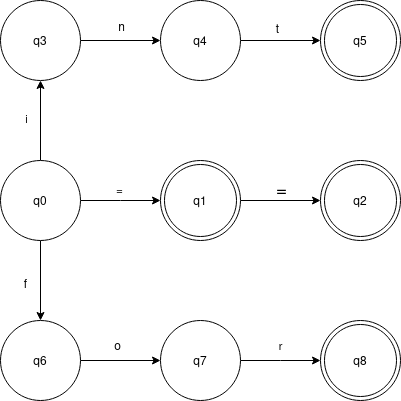
The draw.io diagram resources/book/DFA Example.png in EthanChartoff/Quest, before a commit. Source tidied: cells renumbered, new cells last; positions are measured from the earlier drawing's top-left corner, leaving out a move shared by most shapes. Source of this version:
```xml
<mxGraphModel>
  <root>
    <mxCell id="0" />
    <mxCell id="1" parent="0" />
    <mxCell id="2" style="edgeStyle=orthogonalEdgeStyle;rounded=0;jettySize=auto;html=1;" parent="1" edge="1" source="7">
      <mxGeometry relative="1" as="geometry">
        <mxPoint x="160" y="200" as="targetPoint" />
      </mxGeometry>
    </mxCell>
    <mxCell id="3" value="=" style="edgeLabel;html=1;align=center;verticalAlign=middle;" parent="2" vertex="1">
      <mxGeometry x="0.08" y="-1" relative="1" as="geometry">
        <mxPoint x="-4" y="-13" as="offset" />
      </mxGeometry>
    </mxCell>
    <mxCell id="4" style="edgeStyle=orthogonalEdgeStyle;rounded=0;jettySize=auto;html=1;" parent="1" edge="1" source="7" target="9">
      <mxGeometry relative="1" as="geometry" />
    </mxCell>
    <mxCell id="5" style="edgeStyle=orthogonalEdgeStyle;rounded=0;jettySize=auto;html=1;" parent="1" edge="1" source="7" target="11">
      <mxGeometry relative="1" as="geometry" />
    </mxCell>
    <mxCell id="6" value="i" style="edgeLabel;html=1;align=center;verticalAlign=middle;" parent="5" vertex="1">
      <mxGeometry x="0.15" y="1" relative="1" as="geometry">
        <mxPoint x="-14" y="3" as="offset" />
      </mxGeometry>
    </mxCell>
    <mxCell id="7" value="q0" style="ellipse;whiteSpace=wrap;html=1;" parent="1" vertex="1">
      <mxGeometry y="160" width="80" height="80" as="geometry" />
    </mxCell>
    <mxCell id="8" style="edgeStyle=orthogonalEdgeStyle;rounded=0;jettySize=auto;html=1;" parent="1" edge="1" source="9" target="24">
      <mxGeometry relative="1" as="geometry" />
    </mxCell>
    <mxCell id="9" value="q6" style="ellipse;whiteSpace=wrap;html=1;" parent="1" vertex="1">
      <mxGeometry y="320" width="80" height="80" as="geometry" />
    </mxCell>
    <mxCell id="10" style="edgeStyle=orthogonalEdgeStyle;rounded=0;jettySize=auto;html=1;" parent="1" edge="1" source="11" target="17">
      <mxGeometry relative="1" as="geometry" />
    </mxCell>
    <mxCell id="11" value="q3" style="ellipse;whiteSpace=wrap;html=1;" parent="1" vertex="1">
      <mxGeometry width="80" height="80" as="geometry" />
    </mxCell>
    <mxCell id="12" style="edgeStyle=orthogonalEdgeStyle;rounded=0;jettySize=auto;html=1;" parent="1" edge="1" source="14" target="15">
      <mxGeometry relative="1" as="geometry" />
    </mxCell>
    <mxCell id="13" value="=" style="edgeLabel;html=1;align=center;verticalAlign=middle;fontSize=18;" parent="12" vertex="1">
      <mxGeometry y="3" relative="1" as="geometry">
        <mxPoint y="-10" as="offset" />
      </mxGeometry>
    </mxCell>
    <mxCell id="14" value="q1" style="ellipse;shape=doubleEllipse;whiteSpace=wrap;html=1;" parent="1" vertex="1">
      <mxGeometry x="160" y="160" width="80" height="80" as="geometry" />
    </mxCell>
    <mxCell id="15" value="q2" style="ellipse;shape=doubleEllipse;whiteSpace=wrap;html=1;" parent="1" vertex="1">
      <mxGeometry x="320" y="160" width="80" height="80" as="geometry" />
    </mxCell>
    <mxCell id="16" style="edgeStyle=orthogonalEdgeStyle;rounded=0;jettySize=auto;html=1;" parent="1" edge="1" source="17" target="18">
      <mxGeometry relative="1" as="geometry" />
    </mxCell>
    <mxCell id="17" value="q4" style="ellipse;whiteSpace=wrap;html=1;" parent="1" vertex="1">
      <mxGeometry x="160" width="80" height="80" as="geometry" />
    </mxCell>
    <mxCell id="18" value="q5" style="ellipse;shape=doubleEllipse;whiteSpace=wrap;html=1;" parent="1" vertex="1">
      <mxGeometry x="320" width="80" height="80" as="geometry" />
    </mxCell>
    <mxCell id="19" value="n" style="text;html=1;align=center;verticalAlign=middle;strokeColor=none;fillColor=none;" parent="1" vertex="1">
      <mxGeometry x="106" y="11" width="30" height="30" as="geometry" />
    </mxCell>
    <mxCell id="20" value="t" style="text;html=1;align=center;verticalAlign=middle;strokeColor=none;fillColor=none;" parent="1" vertex="1">
      <mxGeometry x="262" y="13" width="30" height="30" as="geometry" />
    </mxCell>
    <mxCell id="21" value="f" style="text;html=1;align=center;verticalAlign=middle;strokeColor=none;fillColor=none;" parent="1" vertex="1">
      <mxGeometry x="10" y="268" width="30" height="30" as="geometry" />
    </mxCell>
    <mxCell id="22" style="edgeStyle=orthogonalEdgeStyle;rounded=0;jettySize=auto;html=1;" parent="1" edge="1" source="24">
      <mxGeometry relative="1" as="geometry">
        <mxPoint x="320" y="360" as="targetPoint" />
      </mxGeometry>
    </mxCell>
    <mxCell id="23" value="r" style="edgeLabel;html=1;align=center;verticalAlign=middle;" parent="22" vertex="1">
      <mxGeometry x="-0.12" y="6" relative="1" as="geometry">
        <mxPoint x="4" y="-10" as="offset" />
      </mxGeometry>
    </mxCell>
    <mxCell id="24" value="q7" style="ellipse;whiteSpace=wrap;html=1;" parent="1" vertex="1">
      <mxGeometry x="160" y="320" width="80" height="80" as="geometry" />
    </mxCell>
    <mxCell id="25" value="o" style="text;html=1;align=center;verticalAlign=middle;strokeColor=none;fillColor=none;" parent="1" vertex="1">
      <mxGeometry x="102" y="330" width="30" height="30" as="geometry" />
    </mxCell>
    <mxCell id="26" value="q8" style="ellipse;shape=doubleEllipse;whiteSpace=wrap;html=1;" parent="1" vertex="1">
      <mxGeometry x="320" y="320" width="80" height="80" as="geometry" />
    </mxCell>
  </root>
</mxGraphModel>
```
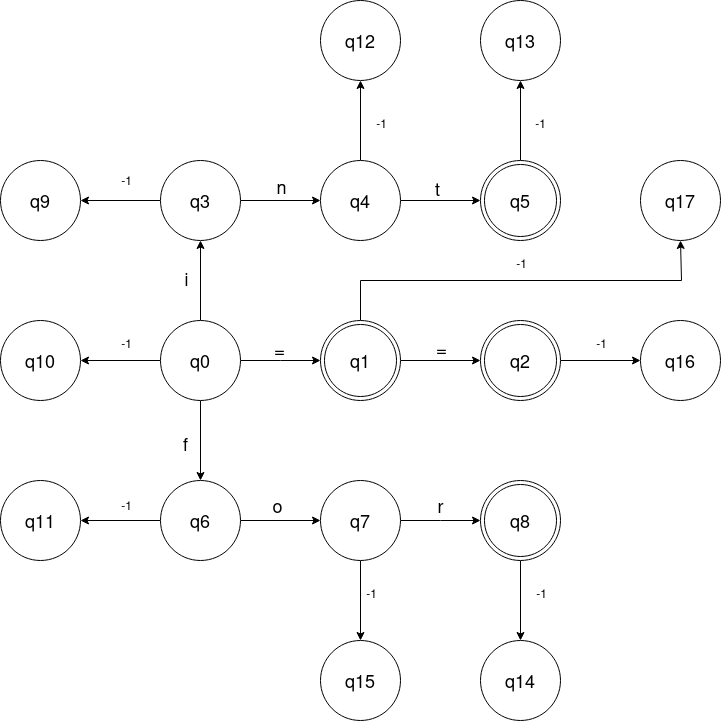
After the change.

The edit, as a diff of the source:
```diff
@@ -2,43 +2,52 @@
   <root>
     <mxCell id="0" />
     <mxCell id="1" parent="0" />
-    <mxCell id="2" style="edgeStyle=orthogonalEdgeStyle;rounded=0;jettySize=auto;html=1;" parent="1" edge="1" source="7">
+    <mxCell id="2" style="edgeStyle=orthogonalEdgeStyle;rounded=0;jettySize=auto;html=1;fontSize=18;" parent="1" edge="1" source="7">
       <mxGeometry relative="1" as="geometry">
         <mxPoint x="160" y="200" as="targetPoint" />
       </mxGeometry>
     </mxCell>
-    <mxCell id="3" value="=" style="edgeLabel;html=1;align=center;verticalAlign=middle;" parent="2" vertex="1">
+    <mxCell id="3" value="=" style="edgeLabel;html=1;align=center;verticalAlign=middle;fontSize=18;" parent="2" vertex="1">
       <mxGeometry x="0.08" y="-1" relative="1" as="geometry">
         <mxPoint x="-4" y="-13" as="offset" />
       </mxGeometry>
     </mxCell>
-    <mxCell id="4" style="edgeStyle=orthogonalEdgeStyle;rounded=0;jettySize=auto;html=1;" parent="1" edge="1" source="7" target="9">
+    <mxCell id="4" style="edgeStyle=orthogonalEdgeStyle;rounded=0;jettySize=auto;html=1;fontSize=18;" parent="1" edge="1" source="7" target="9">
       <mxGeometry relative="1" as="geometry" />
     </mxCell>
-    <mxCell id="5" style="edgeStyle=orthogonalEdgeStyle;rounded=0;jettySize=auto;html=1;" parent="1" edge="1" source="7" target="11">
+    <mxCell id="5" style="edgeStyle=orthogonalEdgeStyle;rounded=0;jettySize=auto;html=1;fontSize=18;" parent="1" edge="1" source="7" target="11">
       <mxGeometry relative="1" as="geometry" />
     </mxCell>
-    <mxCell id="6" value="i" style="edgeLabel;html=1;align=center;verticalAlign=middle;" parent="5" vertex="1">
+    <mxCell id="6" value="i" style="edgeLabel;html=1;align=center;verticalAlign=middle;fontSize=18;" parent="5" vertex="1">
       <mxGeometry x="0.15" y="1" relative="1" as="geometry">
         <mxPoint x="-14" y="3" as="offset" />
       </mxGeometry>
     </mxCell>
+    <mxCell id="27" style="edgeStyle=orthogonalEdgeStyle;rounded=0;jettySize=auto;html=1;" parent="1" edge="1" source="7" target="38">
+      <mxGeometry relative="1" as="geometry" />
+    </mxCell>
-    <mxCell id="7" value="q0" style="ellipse;whiteSpace=wrap;html=1;" parent="1" vertex="1">
+    <mxCell id="7" value="q0" style="ellipse;whiteSpace=wrap;html=1;fontSize=18;" parent="1" vertex="1">
       <mxGeometry y="160" width="80" height="80" as="geometry" />
     </mxCell>
-    <mxCell id="8" style="edgeStyle=orthogonalEdgeStyle;rounded=0;jettySize=auto;html=1;" parent="1" edge="1" source="9" target="24">
+    <mxCell id="8" style="edgeStyle=orthogonalEdgeStyle;rounded=0;jettySize=auto;html=1;fontSize=18;" parent="1" edge="1" source="9" target="24">
       <mxGeometry relative="1" as="geometry" />
     </mxCell>
+    <mxCell id="28" style="edgeStyle=orthogonalEdgeStyle;rounded=0;jettySize=auto;html=1;" parent="1" edge="1" source="9" target="40">
+      <mxGeometry relative="1" as="geometry" />
+    </mxCell>
-    <mxCell id="9" value="q6" style="ellipse;whiteSpace=wrap;html=1;" parent="1" vertex="1">
+    <mxCell id="9" value="q6" style="ellipse;whiteSpace=wrap;html=1;fontSize=18;" parent="1" vertex="1">
       <mxGeometry y="320" width="80" height="80" as="geometry" />
     </mxCell>
-    <mxCell id="10" style="edgeStyle=orthogonalEdgeStyle;rounded=0;jettySize=auto;html=1;" parent="1" edge="1" source="11" target="17">
+    <mxCell id="10" style="edgeStyle=orthogonalEdgeStyle;rounded=0;jettySize=auto;html=1;fontSize=18;" parent="1" edge="1" source="11" target="17">
       <mxGeometry relative="1" as="geometry" />
     </mxCell>
+    <mxCell id="29" style="edgeStyle=orthogonalEdgeStyle;rounded=0;jettySize=auto;html=1;" parent="1" edge="1" source="11" target="36">
+      <mxGeometry relative="1" as="geometry" />
+    </mxCell>
-    <mxCell id="11" value="q3" style="ellipse;whiteSpace=wrap;html=1;" parent="1" vertex="1">
+    <mxCell id="11" value="q3" style="ellipse;whiteSpace=wrap;html=1;fontSize=18;" parent="1" vertex="1">
       <mxGeometry width="80" height="80" as="geometry" />
     </mxCell>
-    <mxCell id="12" style="edgeStyle=orthogonalEdgeStyle;rounded=0;jettySize=auto;html=1;" parent="1" edge="1" source="14" target="15">
+    <mxCell id="12" style="edgeStyle=orthogonalEdgeStyle;rounded=0;jettySize=auto;html=1;fontSize=18;" parent="1" edge="1" source="14" target="15">
       <mxGeometry relative="1" as="geometry" />
     </mxCell>
     <mxCell id="13" value="=" style="edgeLabel;html=1;align=center;verticalAlign=middle;fontSize=18;" parent="12" vertex="1">
@@ -46,48 +55,126 @@
         <mxPoint y="-10" as="offset" />
       </mxGeometry>
     </mxCell>
+    <mxCell id="30" style="edgeStyle=orthogonalEdgeStyle;rounded=0;jettySize=auto;html=1;" parent="1" edge="1" source="14">
+      <mxGeometry relative="1" as="geometry">
+        <mxPoint x="520" y="80" as="targetPoint" />
+        <Array as="points">
+          <mxPoint x="200" y="120" />
+          <mxPoint x="521" y="120" />
+        </Array>
+      </mxGeometry>
+    </mxCell>
-    <mxCell id="14" value="q1" style="ellipse;shape=doubleEllipse;whiteSpace=wrap;html=1;" parent="1" vertex="1">
+    <mxCell id="14" value="q1" style="ellipse;shape=doubleEllipse;whiteSpace=wrap;html=1;fontSize=18;" parent="1" vertex="1">
       <mxGeometry x="160" y="160" width="80" height="80" as="geometry" />
     </mxCell>
+    <mxCell id="31" style="edgeStyle=orthogonalEdgeStyle;rounded=0;jettySize=auto;html=1;" parent="1" edge="1" source="15" target="50">
+      <mxGeometry relative="1" as="geometry" />
+    </mxCell>
-    <mxCell id="15" value="q2" style="ellipse;shape=doubleEllipse;whiteSpace=wrap;html=1;" parent="1" vertex="1">
+    <mxCell id="15" value="q2" style="ellipse;shape=doubleEllipse;whiteSpace=wrap;html=1;fontSize=18;" parent="1" vertex="1">
       <mxGeometry x="320" y="160" width="80" height="80" as="geometry" />
     </mxCell>
-    <mxCell id="16" style="edgeStyle=orthogonalEdgeStyle;rounded=0;jettySize=auto;html=1;" parent="1" edge="1" source="17" target="18">
+    <mxCell id="16" style="edgeStyle=orthogonalEdgeStyle;rounded=0;jettySize=auto;html=1;fontSize=18;" parent="1" edge="1" source="17" target="18">
       <mxGeometry relative="1" as="geometry" />
     </mxCell>
+    <mxCell id="32" style="edgeStyle=orthogonalEdgeStyle;rounded=0;jettySize=auto;html=1;" parent="1" edge="1" source="17" target="42">
+      <mxGeometry relative="1" as="geometry" />
+    </mxCell>
-    <mxCell id="17" value="q4" style="ellipse;whiteSpace=wrap;html=1;" parent="1" vertex="1">
+    <mxCell id="17" value="q4" style="ellipse;whiteSpace=wrap;html=1;fontSize=18;" parent="1" vertex="1">
       <mxGeometry x="160" width="80" height="80" as="geometry" />
     </mxCell>
+    <mxCell id="33" style="edgeStyle=orthogonalEdgeStyle;rounded=0;jettySize=auto;html=1;" parent="1" edge="1" source="18" target="44">
+      <mxGeometry relative="1" as="geometry" />
+    </mxCell>
-    <mxCell id="18" value="q5" style="ellipse;shape=doubleEllipse;whiteSpace=wrap;html=1;" parent="1" vertex="1">
+    <mxCell id="18" value="q5" style="ellipse;shape=doubleEllipse;whiteSpace=wrap;html=1;fontSize=18;" parent="1" vertex="1">
       <mxGeometry x="320" width="80" height="80" as="geometry" />
     </mxCell>
-    <mxCell id="19" value="n" style="text;html=1;align=center;verticalAlign=middle;strokeColor=none;fillColor=none;" parent="1" vertex="1">
-      <mxGeometry x="106" y="11" width="30" height="30" as="geometry" />
+    <mxCell id="19" value="n" style="text;html=1;align=center;verticalAlign=middle;strokeColor=none;fillColor=none;fontSize=18;" parent="1" vertex="1">
+      <mxGeometry x="106" y="6" width="30" height="40" as="geometry" />
     </mxCell>
-    <mxCell id="20" value="t" style="text;html=1;align=center;verticalAlign=middle;strokeColor=none;fillColor=none;" parent="1" vertex="1">
-      <mxGeometry x="262" y="13" width="30" height="30" as="geometry" />
+    <mxCell id="20" value="t" style="text;html=1;align=center;verticalAlign=middle;strokeColor=none;fillColor=none;fontSize=18;" parent="1" vertex="1">
+      <mxGeometry x="262" y="8" width="30" height="40" as="geometry" />
     </mxCell>
-    <mxCell id="21" value="f" style="text;html=1;align=center;verticalAlign=middle;strokeColor=none;fillColor=none;" parent="1" vertex="1">
-      <mxGeometry x="10" y="268" width="30" height="30" as="geometry" />
+    <mxCell id="21" value="f" style="text;html=1;align=center;verticalAlign=middle;strokeColor=none;fillColor=none;fontSize=18;" parent="1" vertex="1">
+      <mxGeometry x="10" y="263" width="30" height="40" as="geometry" />
     </mxCell>
-    <mxCell id="22" style="edgeStyle=orthogonalEdgeStyle;rounded=0;jettySize=auto;html=1;" parent="1" edge="1" source="24">
+    <mxCell id="22" style="edgeStyle=orthogonalEdgeStyle;rounded=0;jettySize=auto;html=1;fontSize=18;" parent="1" edge="1" source="24">
       <mxGeometry relative="1" as="geometry">
         <mxPoint x="320" y="360" as="targetPoint" />
       </mxGeometry>
     </mxCell>
-    <mxCell id="23" value="r" style="edgeLabel;html=1;align=center;verticalAlign=middle;" parent="22" vertex="1">
+    <mxCell id="23" value="r" style="edgeLabel;html=1;align=center;verticalAlign=middle;fontSize=18;" parent="22" vertex="1">
       <mxGeometry x="-0.12" y="6" relative="1" as="geometry">
         <mxPoint x="4" y="-10" as="offset" />
       </mxGeometry>
     </mxCell>
+    <mxCell id="34" style="edgeStyle=orthogonalEdgeStyle;rounded=0;jettySize=auto;html=1;" parent="1" edge="1" source="24" target="47">
+      <mxGeometry relative="1" as="geometry" />
+    </mxCell>
-    <mxCell id="24" value="q7" style="ellipse;whiteSpace=wrap;html=1;" parent="1" vertex="1">
+    <mxCell id="24" value="q7" style="ellipse;whiteSpace=wrap;html=1;fontSize=18;" parent="1" vertex="1">
       <mxGeometry x="160" y="320" width="80" height="80" as="geometry" />
     </mxCell>
-    <mxCell id="25" value="o" style="text;html=1;align=center;verticalAlign=middle;strokeColor=none;fillColor=none;" parent="1" vertex="1">
-      <mxGeometry x="102" y="330" width="30" height="30" as="geometry" />
+    <mxCell id="25" value="o" style="text;html=1;align=center;verticalAlign=middle;strokeColor=none;fillColor=none;fontSize=18;" parent="1" vertex="1">
+      <mxGeometry x="102" y="325" width="30" height="40" as="geometry" />
     </mxCell>
+    <mxCell id="35" style="edgeStyle=orthogonalEdgeStyle;rounded=0;jettySize=auto;html=1;" parent="1" edge="1" source="26" target="46">
+      <mxGeometry relative="1" as="geometry" />
+    </mxCell>
-    <mxCell id="26" value="q8" style="ellipse;shape=doubleEllipse;whiteSpace=wrap;html=1;" parent="1" vertex="1">
+    <mxCell id="26" value="q8" style="ellipse;shape=doubleEllipse;whiteSpace=wrap;html=1;fontSize=18;" parent="1" vertex="1">
       <mxGeometry x="320" y="320" width="80" height="80" as="geometry" />
     </mxCell>
+    <mxCell id="36" value="q9" style="ellipse;whiteSpace=wrap;html=1;fontSize=18;" parent="1" vertex="1">
+      <mxGeometry x="-160" width="80" height="80" as="geometry" />
+    </mxCell>
+    <mxCell id="37" value="-1" style="text;html=1;align=center;verticalAlign=middle;strokeColor=none;fillColor=none;" parent="1" vertex="1">
+      <mxGeometry x="-49" y="5" width="30" height="30" as="geometry" />
+    </mxCell>
+    <mxCell id="38" value="q10" style="ellipse;whiteSpace=wrap;html=1;fontSize=18;" parent="1" vertex="1">
+      <mxGeometry x="-160" y="160" width="80" height="80" as="geometry" />
+    </mxCell>
+    <mxCell id="39" value="-1" style="text;html=1;align=center;verticalAlign=middle;strokeColor=none;fillColor=none;" parent="1" vertex="1">
+      <mxGeometry x="-49" y="168" width="30" height="30" as="geometry" />
+    </mxCell>
+    <mxCell id="40" value="q11" style="ellipse;whiteSpace=wrap;html=1;fontSize=18;" parent="1" vertex="1">
+      <mxGeometry x="-160" y="320" width="80" height="80" as="geometry" />
+    </mxCell>
+    <mxCell id="41" value="-1" style="text;html=1;align=center;verticalAlign=middle;strokeColor=none;fillColor=none;" parent="1" vertex="1">
+      <mxGeometry x="-49" y="330" width="30" height="30" as="geometry" />
+    </mxCell>
+    <mxCell id="42" value="q12" style="ellipse;whiteSpace=wrap;html=1;fontSize=18;" parent="1" vertex="1">
+      <mxGeometry x="160" y="-160" width="80" height="80" as="geometry" />
+    </mxCell>
+    <mxCell id="43" value="-1" style="text;html=1;align=center;verticalAlign=middle;strokeColor=none;fillColor=none;" parent="1" vertex="1">
+      <mxGeometry x="206" y="-52" width="30" height="30" as="geometry" />
+    </mxCell>
+    <mxCell id="44" value="q13" style="ellipse;whiteSpace=wrap;html=1;fontSize=18;" parent="1" vertex="1">
+      <mxGeometry x="320" y="-160" width="80" height="80" as="geometry" />
+    </mxCell>
+    <mxCell id="45" value="-1" style="text;html=1;align=center;verticalAlign=middle;strokeColor=none;fillColor=none;" parent="1" vertex="1">
+      <mxGeometry x="365" y="-52" width="30" height="30" as="geometry" />
+    </mxCell>
+    <mxCell id="46" value="q14" style="ellipse;whiteSpace=wrap;html=1;fontSize=18;" parent="1" vertex="1">
+      <mxGeometry x="320" y="480" width="80" height="80" as="geometry" />
+    </mxCell>
+    <mxCell id="47" value="q15" style="ellipse;whiteSpace=wrap;html=1;fontSize=18;" parent="1" vertex="1">
+      <mxGeometry x="160" y="480" width="80" height="80" as="geometry" />
+    </mxCell>
+    <mxCell id="48" value="-1" style="text;html=1;align=center;verticalAlign=middle;strokeColor=none;fillColor=none;" parent="1" vertex="1">
+      <mxGeometry x="366" y="418" width="30" height="30" as="geometry" />
+    </mxCell>
+    <mxCell id="49" value="-1" style="text;html=1;align=center;verticalAlign=middle;strokeColor=none;fillColor=none;" parent="1" vertex="1">
+      <mxGeometry x="196" y="418" width="30" height="30" as="geometry" />
+    </mxCell>
+    <mxCell id="50" value="q16" style="ellipse;whiteSpace=wrap;html=1;fontSize=18;" parent="1" vertex="1">
+      <mxGeometry x="480" y="160" width="80" height="80" as="geometry" />
+    </mxCell>
+    <mxCell id="51" value="-1" style="text;html=1;align=center;verticalAlign=middle;strokeColor=none;fillColor=none;" parent="1" vertex="1">
+      <mxGeometry x="426" y="168" width="30" height="30" as="geometry" />
+    </mxCell>
+    <mxCell id="52" value="q17" style="ellipse;whiteSpace=wrap;html=1;fontSize=18;" parent="1" vertex="1">
+      <mxGeometry x="480" width="80" height="80" as="geometry" />
+    </mxCell>
+    <mxCell id="53" value="-1" style="text;html=1;align=center;verticalAlign=middle;strokeColor=none;fillColor=none;" parent="1" vertex="1">
+      <mxGeometry x="346" y="88" width="30" height="30" as="geometry" />
+    </mxCell>
   </root>
 </mxGraphModel>
```
